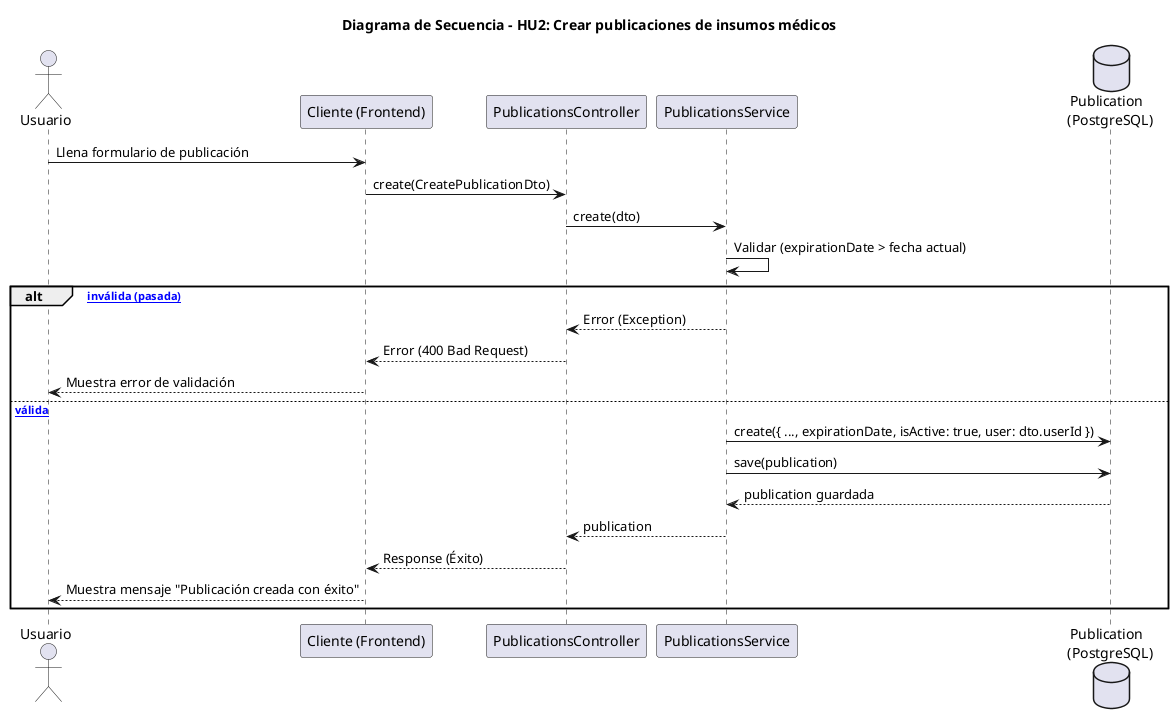
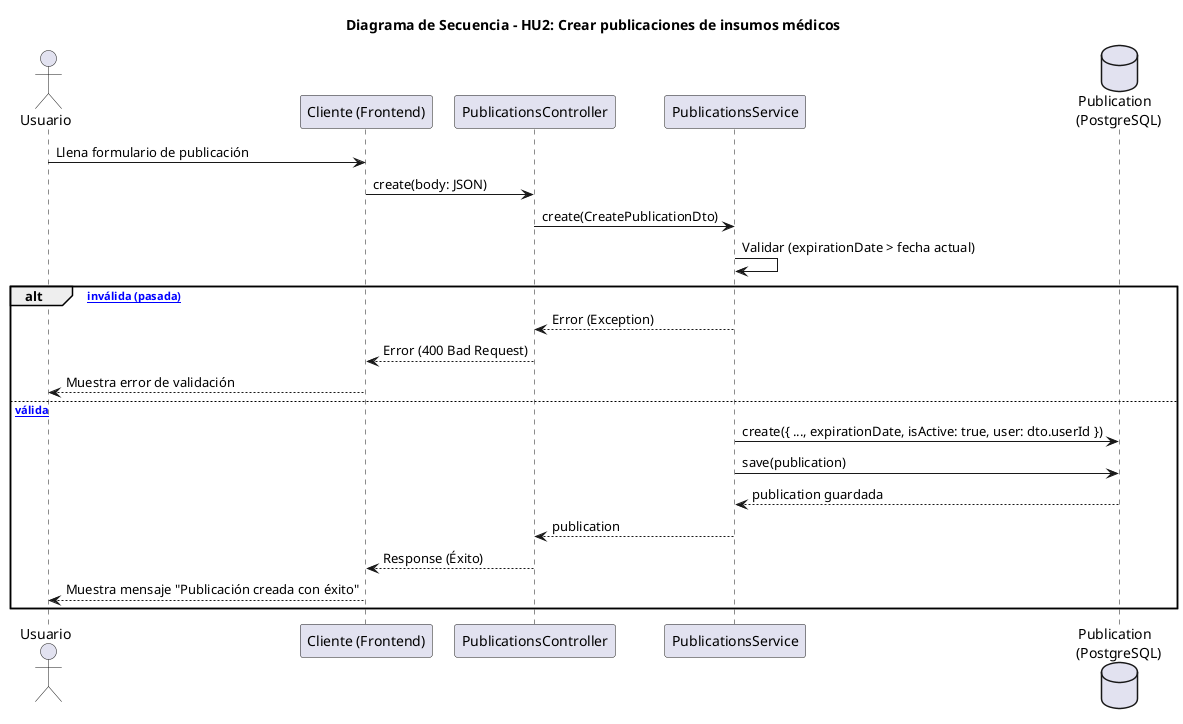
@startuml
title Diagrama de Secuencia - HU2: Crear publicaciones de insumos médicos

actor "Usuario" as User
participant "Cliente (Frontend)" as Client
participant "PublicationsController" as Controller
participant "PublicationsService" as Service
database "Publication \n (PostgreSQL)" as DB

User -> Client: Llena formulario de publicación
- Client -> Controller: create(CreatePublicationDto)
- Controller -> Service: create(dto)
+ Client -> Controller: create(body: JSON)
+ Controller -> Service: create(CreatePublicationDto)

Service -> Service: Validar (expirationDate > fecha actual)

alt [Fecha inválida (pasada)]
    Service --> Controller: Error (Exception)
    Controller --> Client: Error (400 Bad Request)
    Client --> User: Muestra error de validación
else [Fecha válida]
    Service -> DB: create({ ..., expirationDate, isActive: true, user: dto.userId })
    Service -> DB: save(publication)
    DB --> Service: publication guardada

    Service --> Controller: publication
    Controller --> Client: Response (Éxito)
    Client --> User: Muestra mensaje "Publicación creada con éxito"
end

@enduml
